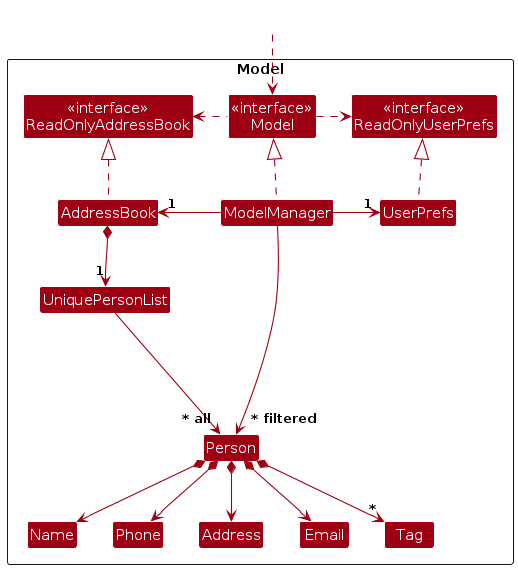
AY2627S1-CS2103T-T11-1/tp keeps this PlantUML diagram as diagrams/ModelClassDiagram.png. Above is the earlier version. Its source is kept beside it as diagrams/ModelClassDiagram.puml. Source of this version:
```plantuml
@startuml
!include style.puml
skinparam arrowThickness 1.1
skinparam arrowColor MODEL_COLOR
skinparam classBackgroundColor MODEL_COLOR

Package Model as ModelPackage <<Rectangle>>{
Class "<<interface>>\nReadOnlyAddressBook" as ReadOnlyAddressBook
Class "<<interface>>\nReadOnlyUserPrefs" as ReadOnlyUserPrefs
Class "<<interface>>\nModel" as Model
Class AddressBook
Class ModelManager
Class UserPrefs

Class UniquePersonList
Class Person
Class Address
Class Email
Class Name
Class Phone
Class Tag

Class I #FFFFFF
}

Class HiddenOutside #FFFFFF
HiddenOutside ..> Model

AddressBook .up.|> ReadOnlyAddressBook

ModelManager .up.|> Model
Model .right.> ReadOnlyUserPrefs
Model .left.> ReadOnlyAddressBook
ModelManager -left-> "1" AddressBook
ModelManager -right-> "1" UserPrefs
UserPrefs .up.|> ReadOnlyUserPrefs

AddressBook *--> "1" UniquePersonList
UniquePersonList --> "~* all" Person
Person *--> Name
Person *--> Phone
Person *--> Email
Person *--> Address
Person *--> "*" Tag

Person -[hidden]up--> I
UniquePersonList -[hidden]right-> I

Name -[hidden]right-> Phone
Phone -[hidden]right-> Address
Address -[hidden]right-> Email

ModelManager --> "~* filtered" Person
@enduml
```
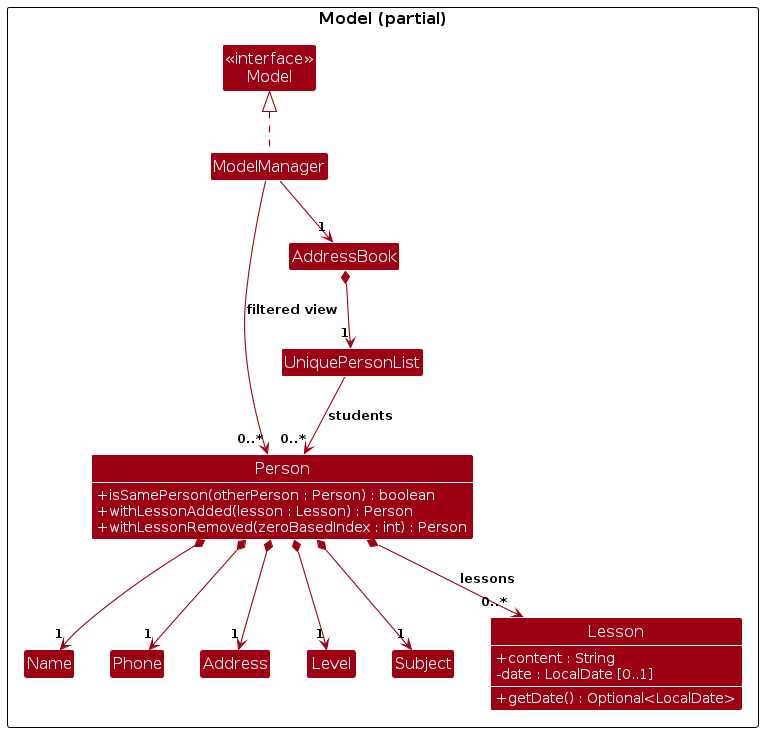
After the commit.

What changed in the source:
```diff
@@ -3,52 +3,50 @@
 skinparam arrowThickness 1.1
 skinparam arrowColor MODEL_COLOR
 skinparam classBackgroundColor MODEL_COLOR
+skinparam classAttributeFontColor #FFFFFF
+skinparam classAttributeIconSize 0
+skinparam classFontSize 16
 
-Package Model as ModelPackage <<Rectangle>>{
-Class "<<interface>>\nReadOnlyAddressBook" as ReadOnlyAddressBook
-Class "<<interface>>\nReadOnlyUserPrefs" as ReadOnlyUserPrefs
-Class "<<interface>>\nModel" as Model
-Class AddressBook
-Class ModelManager
-Class UserPrefs
+package "Model (partial)" {
+    class "<<interface>>\nModel" as Model
+    class ModelManager
+    class AddressBook
+    class UniquePersonList
 
-Class UniquePersonList
-Class Person
-Class Address
-Class Email
-Class Name
-Class Phone
-Class Tag
+    class Person {
+        + isSamePerson(otherPerson : Person) : boolean
+        + withLessonAdded(lesson : Lesson) : Person
+        + withLessonRemoved(zeroBasedIndex : int) : Person
+    }
 
-Class I #FFFFFF
+    class Name
+    class Phone
+    class Address
+    class Level
+    class Subject
+
+    class Lesson {
+        + content : String
+        - date : LocalDate [0..1]
+        + getDate() : Optional<LocalDate>
+    }
 }
 
-Class HiddenOutside #FFFFFF
-HiddenOutside ..> Model
-
-AddressBook .up.|> ReadOnlyAddressBook
+show fields
+show Person methods
+show Lesson methods
+hide empty members
 
 ModelManager .up.|> Model
-Model .right.> ReadOnlyUserPrefs
-Model .left.> ReadOnlyAddressBook
-ModelManager -left-> "1" AddressBook
-ModelManager -right-> "1" UserPrefs
-UserPrefs .up.|> ReadOnlyUserPrefs
+ModelManager -down-> "1" AddressBook
+AddressBook *-down-> "1" UniquePersonList
+UniquePersonList -down-> "0..*" Person : students
+ModelManager -right-> "0..*" Person : filtered view
 
-AddressBook *--> "1" UniquePersonList
-UniquePersonList --> "~* all" Person
-Person *--> Name
-Person *--> Phone
-Person *--> Email
-Person *--> Address
-Person *--> "*" Tag
-
-Person -[hidden]up--> I
-UniquePersonList -[hidden]right-> I
-
-Name -[hidden]right-> Phone
-Phone -[hidden]right-> Address
-Address -[hidden]right-> Email
-
-ModelManager --> "~* filtered" Person
+Person *-down-> "1" Name
+Person *-down-> "1" Phone
+Person *-down-> "1" Address
+Person *-down-> "1" Level
+Person *-down-> "1" Subject
+Person *-down-> "0..*" Lesson : lessons
 @enduml
```
